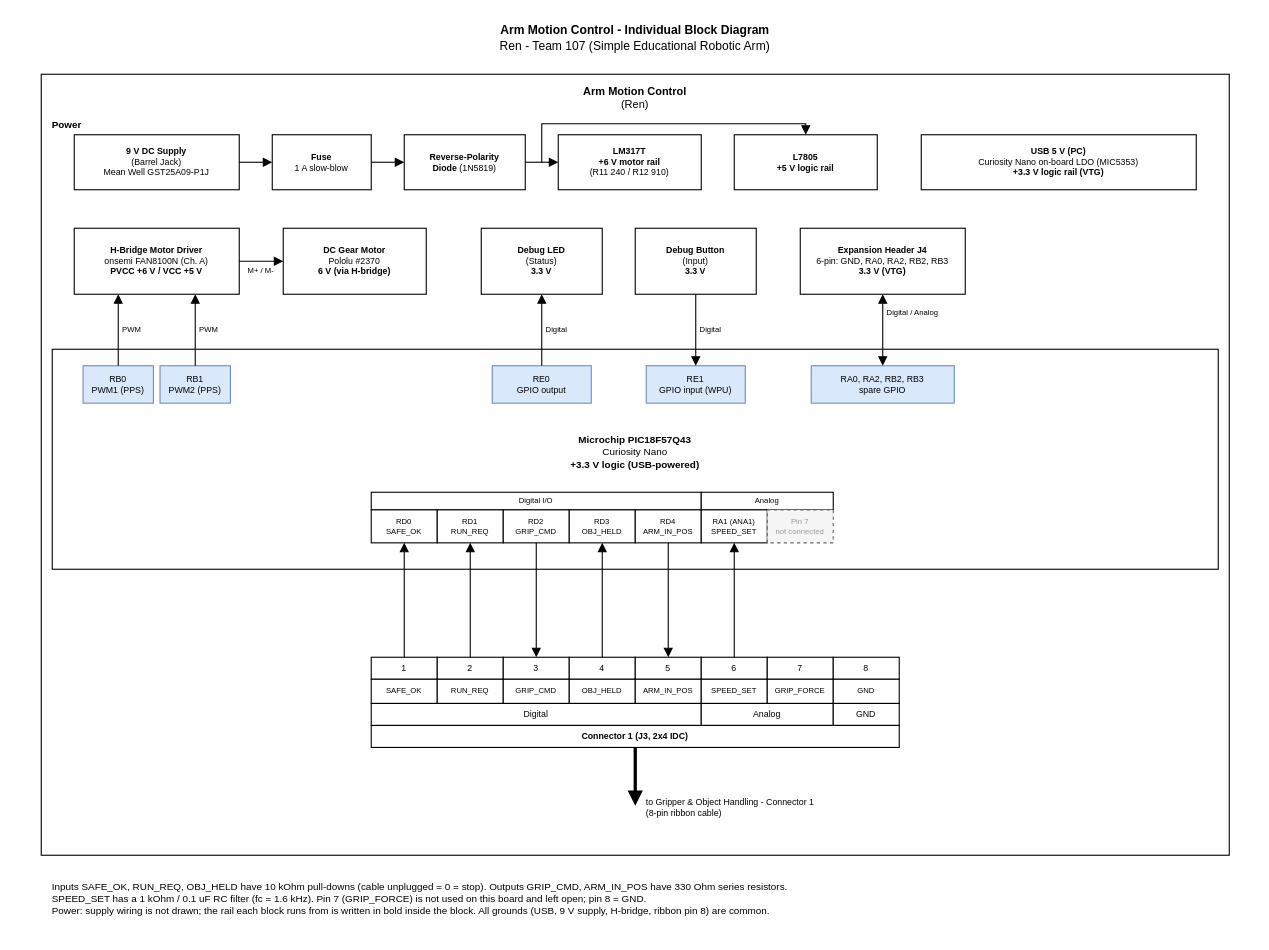
Earlier version of the draw.io diagram docs/01-Block-Diagram/Arm_Motion_Control_Individual_Block_Diagram.drawio (CrackOxide/CrackOxide_EGR304_Fall26.github.io). Source tidied: cells renumbered, new cells numbered last; positions are measured from the earlier drawing's top-left corner, leaving out a move shared by most shapes. Both pictures are drawn from the tidied source at 110%, with x=0, y=0 at pixel (19, 19).
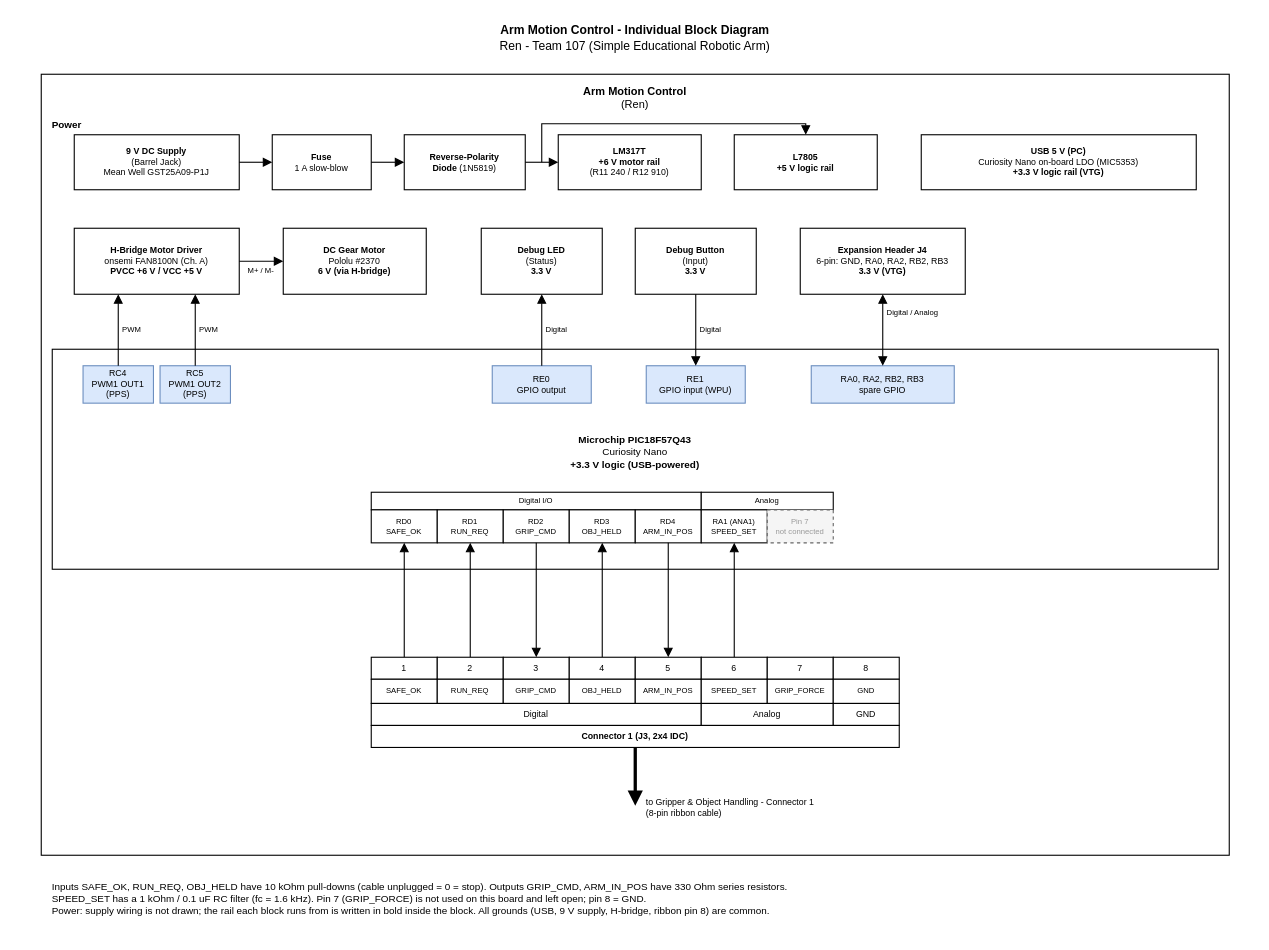
The same diagram, later.

Commit message (it also covers changes not shown here):
Move motor PWM from RB0/RB1 to RC4/RC5 (schematic rev 2.2)

Diff of the diagram source:
```diff
@@
-    <mxCell id="25" value="RB0&lt;br&gt;PWM1 (PPS)" style="rounded=0;whiteSpace=wrap;html=1;fillColor=#dae8fc;strokeColor=#6c8ebf;fontSize=8;align=center;verticalAlign=middle;strokeWidth=1;spacing=2;" parent="1" vertex="1">
+    <mxCell id="25" value="RC4&lt;br&gt;PWM1 OUT1&lt;br&gt;(PPS)" style="rounded=0;whiteSpace=wrap;html=1;fillColor=#dae8fc;strokeColor=#6c8ebf;fontSize=8;align=center;verticalAlign=middle;strokeWidth=1;spacing=2;" parent="1" vertex="1">
       <mxGeometry x="58" y="315" width="64" height="34" as="geometry" />
     </mxCell>
@@
-    <mxCell id="28" value="RB1&lt;br&gt;PWM2 (PPS)" style="rounded=0;whiteSpace=wrap;html=1;fillColor=#dae8fc;strokeColor=#6c8ebf;fontSize=8;align=center;verticalAlign=middle;strokeWidth=1;spacing=2;" parent="1" vertex="1">
+    <mxCell id="28" value="RC5&lt;br&gt;PWM1 OUT2&lt;br&gt;(PPS)" style="rounded=0;whiteSpace=wrap;html=1;fillColor=#dae8fc;strokeColor=#6c8ebf;fontSize=8;align=center;verticalAlign=middle;strokeWidth=1;spacing=2;" parent="1" vertex="1">
       <mxGeometry x="128" y="315" width="64" height="34" as="geometry" />
     </mxCell>
```
